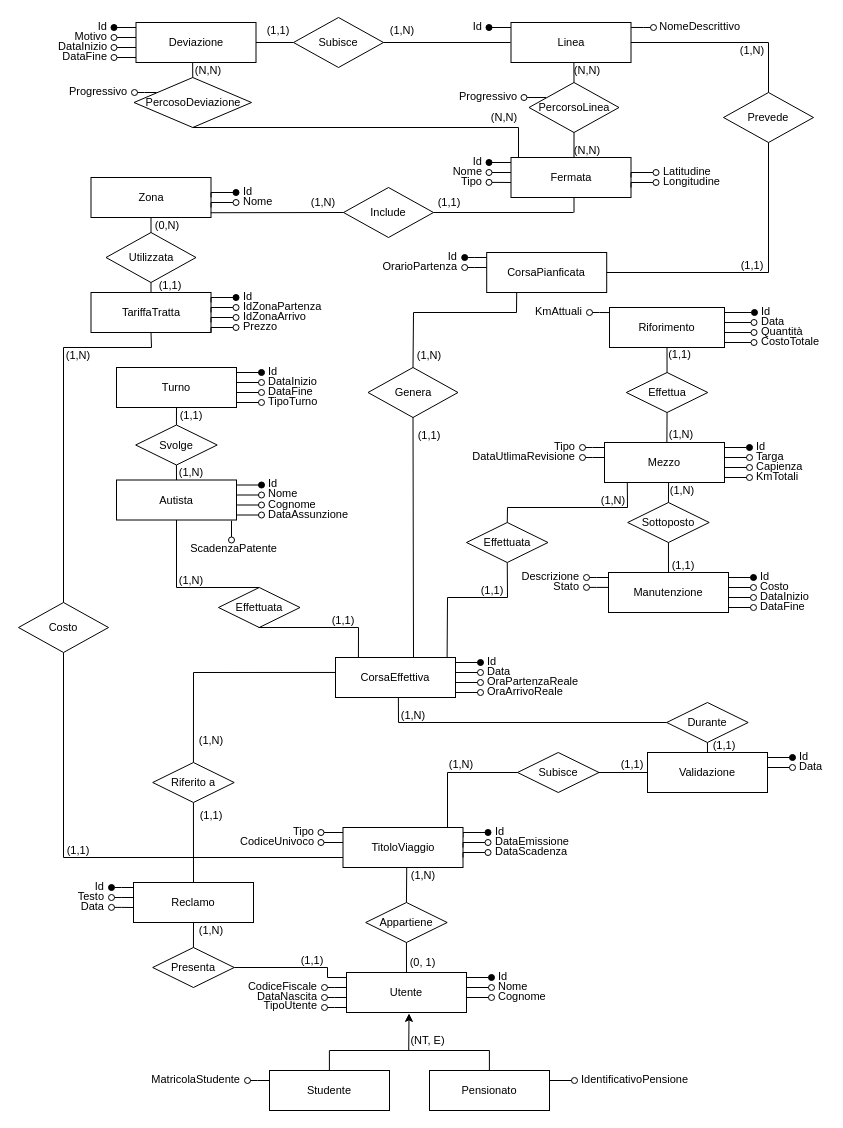
Earlier version of the draw.io diagram 2102 basi-di-dati/progetto/Schemi.drawio (AndreaGirlando/Uni). Source tidied: cells renumbered, new cells numbered last; positions are measured from the earlier drawing's top-left corner, leaving out a move shared by most shapes. Both pictures are drawn from the tidied source at 100%, with x=0, y=0 at pixel (17, 17).
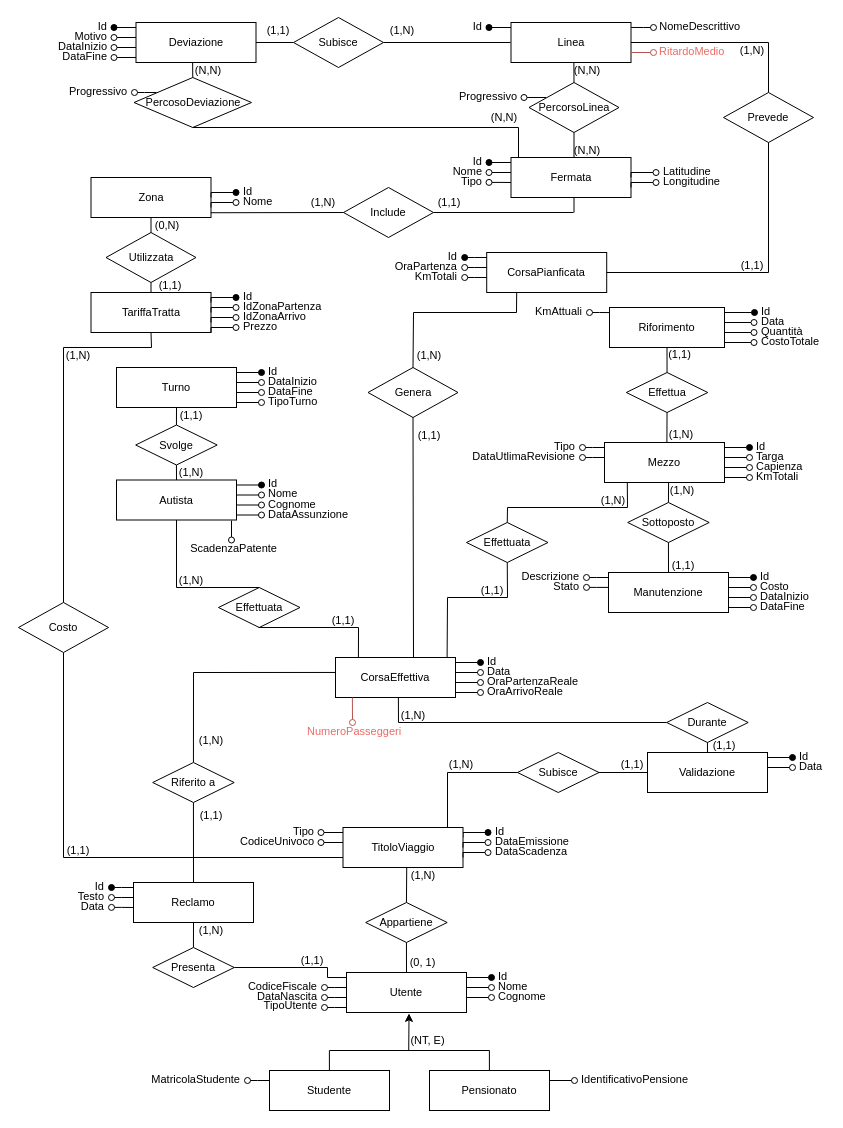
After the change.

Unchanged cells that the change refers to:
```xml
<mxCell id="185" value="Linea" style="rounded=0;whiteSpace=wrap;html=1;fontSize=11;" parent="184" vertex="1">
  <mxGeometry x="52" width="120" height="40" as="geometry" />
</mxCell>
```

Diff of the diagram source:
```diff
@@
-    <mxCell id="253" value="&lt;font&gt;OrarioPartenza&lt;/font&gt;" style="text;html=1;align=right;verticalAlign=middle;whiteSpace=wrap;rounded=0;spacingLeft=5;spacingBottom=3;fontSize=11;" parent="1" vertex="1">
+    <mxCell id="253" value="&lt;font&gt;OraPartenza&lt;/font&gt;" style="text;html=1;align=right;verticalAlign=middle;whiteSpace=wrap;rounded=0;spacingLeft=5;spacingBottom=3;fontSize=11;" parent="1" vertex="1">
       <mxGeometry x="417.2" y="245" width="25" height="10" as="geometry" />
     </mxCell>
@@
+    <mxCell id="282" style="endArrow=none;html=1;rounded=0;entryX=0.149;entryY=1.011;entryDx=0;entryDy=0;fillColor=#f8cecc;strokeColor=#b85450;endFill=0;startArrow=oval;startFill=0;entryPerimeter=0;" parent="1" edge="1">
+      <mxGeometry relative="1" as="geometry">
+        <mxPoint x="335" y="705" as="sourcePoint" />
+        <mxPoint x="334.9" y="680" as="targetPoint" />
+      </mxGeometry>
+    </mxCell>
+    <mxCell id="283" value="&lt;span&gt;NumeroPasseggeri&lt;/span&gt;" style="text;html=1;align=left;verticalAlign=middle;whiteSpace=wrap;rounded=0;spacingLeft=5;spacingBottom=2;fontSize=11;fontColor=#EA6B66;" parent="1" vertex="1">
+      <mxGeometry x="282.5" y="710" width="105" height="10" as="geometry" />
+    </mxCell>
+    <mxCell id="284" style="edgeStyle=orthogonalEdgeStyle;rounded=0;orthogonalLoop=1;jettySize=auto;html=1;startArrow=oval;startFill=0;endArrow=none;endFill=0;align=left;fontSize=11;" parent="1" edge="1">
+      <mxGeometry relative="1" as="geometry">
+        <mxPoint x="447.2" y="260" as="sourcePoint" />
+        <mxPoint x="469.2" y="260" as="targetPoint" />
+        <Array as="points">
+          <mxPoint x="457.2" y="260" />
+          <mxPoint x="457.2" y="260" />
+        </Array>
+      </mxGeometry>
+    </mxCell>
+    <mxCell id="285" value="&lt;font&gt;KmTotali&lt;/font&gt;" style="text;html=1;align=right;verticalAlign=middle;whiteSpace=wrap;rounded=0;spacingLeft=5;spacingBottom=3;fontSize=11;" parent="1" vertex="1">
+      <mxGeometry x="417.2" y="255" width="25" height="10" as="geometry" />
+    </mxCell>
+    <mxCell id="286" style="endArrow=none;html=1;rounded=0;entryX=1;entryY=0.75;entryDx=0;entryDy=0;fillColor=#f8cecc;strokeColor=#b85450;endFill=0;startArrow=oval;startFill=0;" parent="1" edge="1" target="185">
+      <mxGeometry relative="1" as="geometry">
+        <mxPoint x="636" y="35" as="sourcePoint" />
+      </mxGeometry>
+    </mxCell>
+    <mxCell id="287" value="&lt;span&gt;RitardoMedio&lt;/span&gt;" style="text;html=1;align=left;verticalAlign=middle;whiteSpace=wrap;rounded=0;spacingLeft=0;spacingBottom=2;fontSize=11;fontColor=#EA6B66;" parent="1" vertex="1">
+      <mxGeometry x="639.5" y="30" width="65" height="10" as="geometry" />
+    </mxCell>
```
